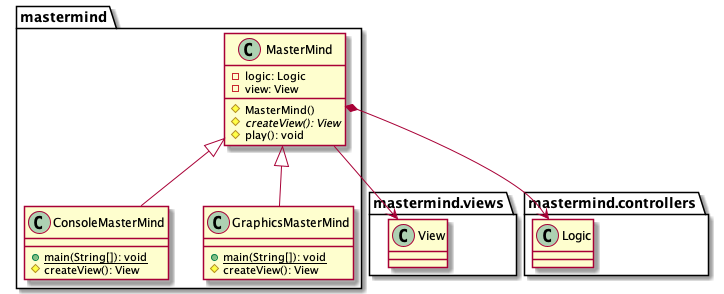
Before: docs/images/paqueteMastermind.png, a diagram exported from PlantUML (jprieto92/mastermindClientServer). Its source is kept beside it as docs/sources/paqueteMastermind.iuml.
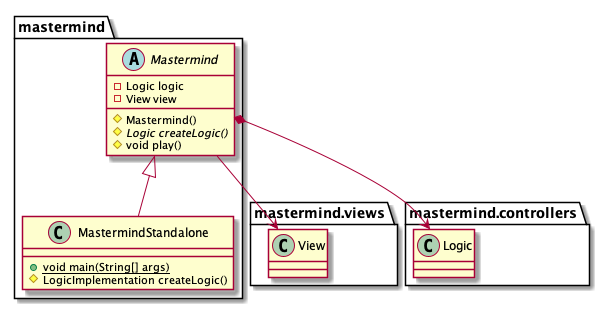
After the change.

Change to the diagram source:
```diff
@@ -1,23 +1,18 @@
 @startuml
-class  mastermind.ConsoleMasterMind{
-+ {static} main(String[]): void
-# createView(): View
+abstract class mastermind.Mastermind{
+	-Logic logic
+	-View view
+	#Mastermind()
+	#{abstract}Logic createLogic()
+	#void play()
 }
-mastermind.MasterMind <|-down- mastermind.ConsoleMasterMind
+mastermind.Mastermind <|-- mastermind.MastermindStandalone
+mastermind.Mastermind --> mastermind.views.View
+mastermind.Mastermind *-down-> mastermind.controllers.Logic
 
-class  mastermind.GraphicsMasterMind{
-+ {static} main(String[]): void
-# createView(): View
+class mastermind.MastermindStandalone{
+	+{static}void main(String[] args)
+	#LogicImplementation createLogic()
 }
-mastermind.MasterMind <|-down- mastermind.GraphicsMasterMind
 
-class  mastermind.MasterMind{
-- logic: Logic
-- view: View
-# MasterMind()
-# {abstract} createView(): View
-# play(): void
-}
-mastermind.MasterMind --> mastermind.views.View
-mastermind.MasterMind *-down-> mastermind.controllers.Logic
 @enduml
```
